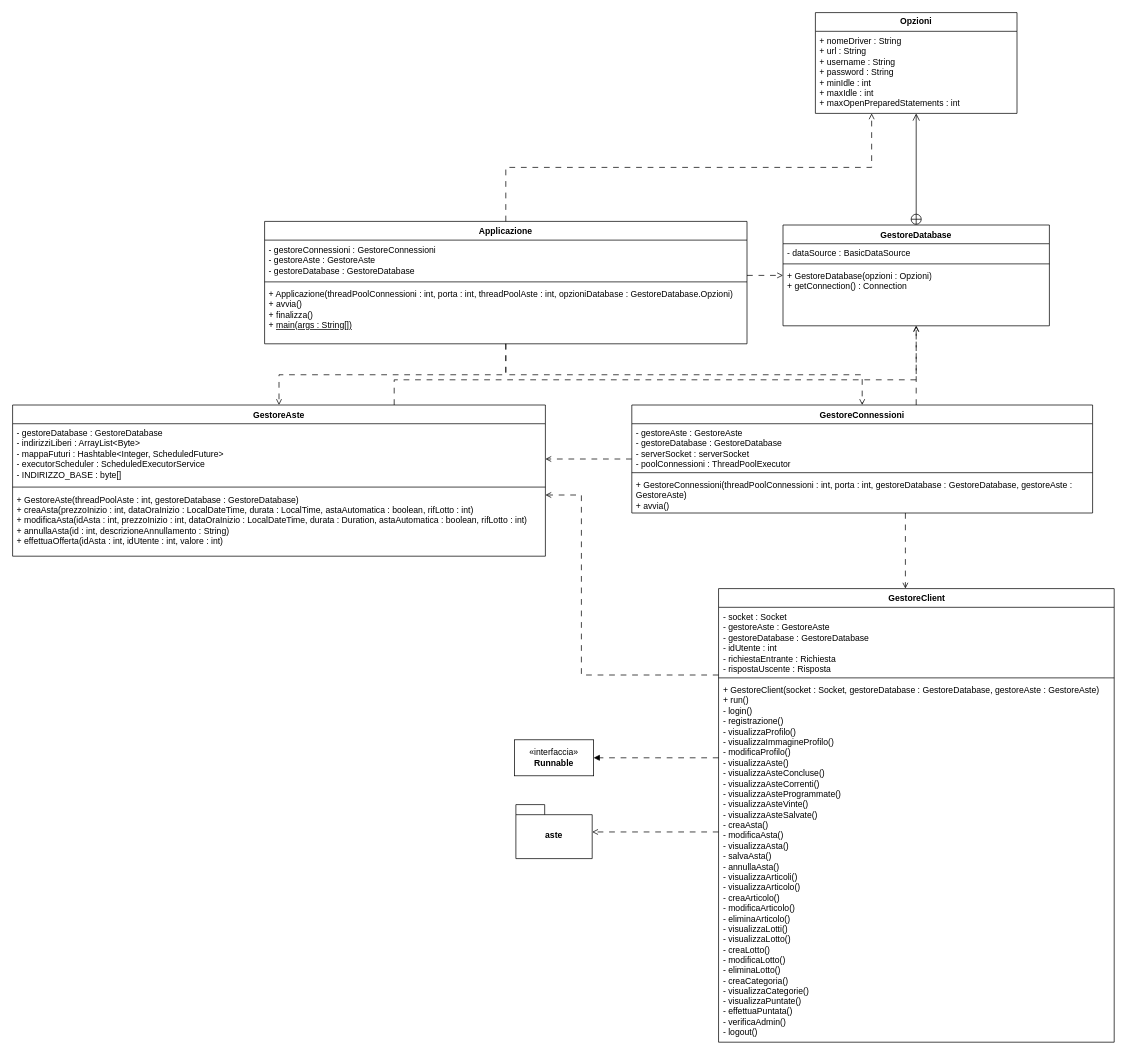
Earlier version of the draw.io diagram documenti/DC-Server.drawio (Chaos-Rat/GAO). Source tidied: cells renumbered, new cells numbered last; positions are measured from the earlier drawing's top-left corner, leaving out a move shared by most shapes. Both pictures are drawn from the tidied source at 72%, with x=0, y=0 at pixel (12, 12).
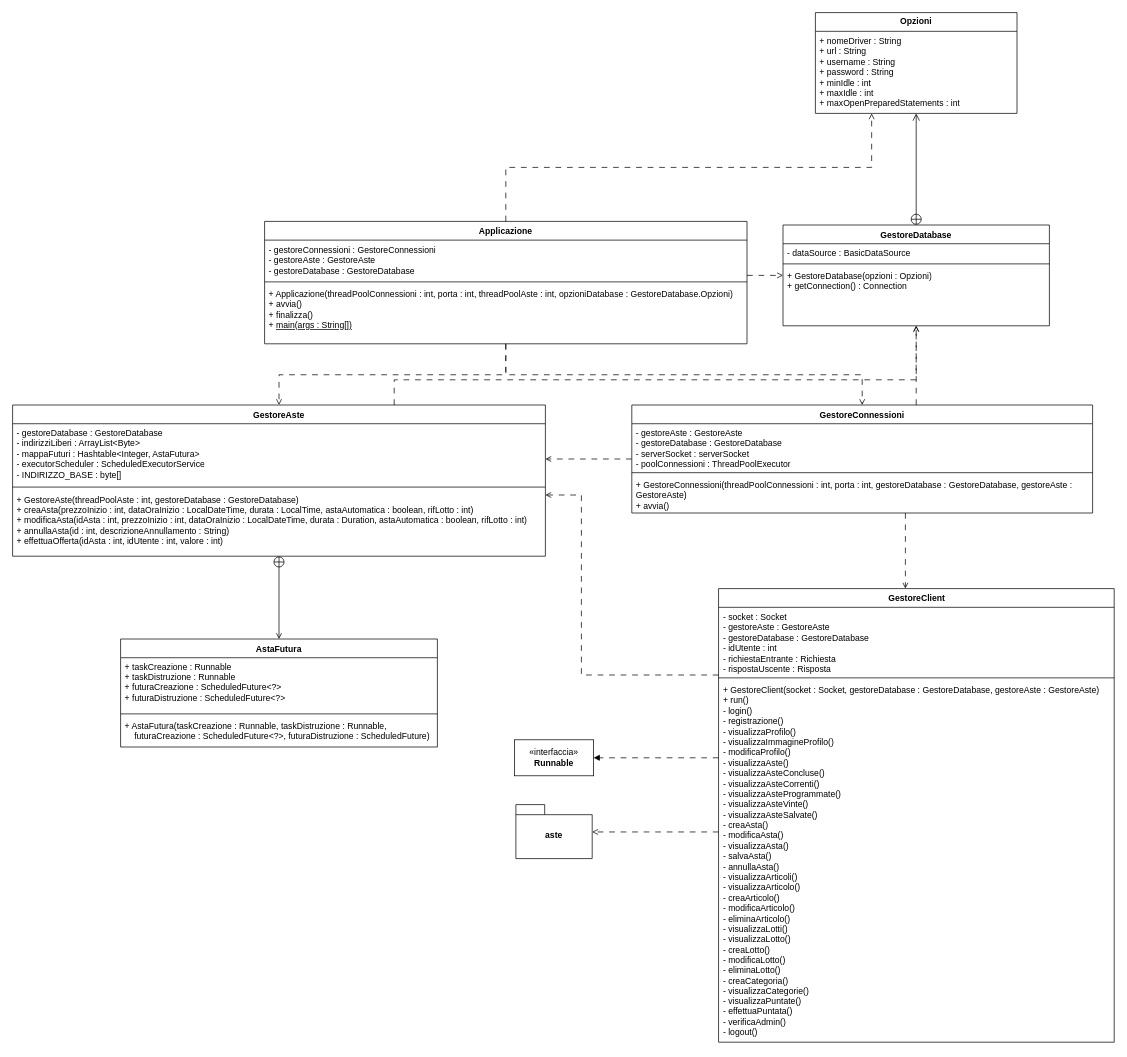
The same diagram, later.

Commit message (it also covers changes not shown here):
Aggiornato DC-Server, fix minori

Aggiornate le classi nel diagramma delle classi del package server, per farle riflettere la realtà.

The change refers to these unchanged cells:
```xml
<mxCell id="23" value="GestoreAste" style="swimlane;fontStyle=1;align=center;verticalAlign=top;horizontal=1;startSize=26;whiteSpace=wrap;html=1;" parent="1" vertex="1">
  <mxGeometry y="545" width="740" height="210" as="geometry" />
</mxCell>
```

Change to the diagram source:
```diff
@@
-    <mxCell id="24" value="&lt;div&gt;- gestoreDatabase : GestoreDatabase&lt;/div&gt;&lt;div&gt;- indirizziLiberi : ArrayList&amp;lt;Byte&amp;gt;&lt;/div&gt;&lt;div&gt;- mappaFuturi : Hashtable&amp;lt;Integer, ScheduledFuture&amp;gt;&lt;/div&gt;&lt;div&gt;- executorScheduler : ScheduledExecutorService&lt;/div&gt;&lt;div&gt;- INDIRIZZO_BASE : byte[]&lt;/div&gt;" style="text;strokeColor=none;fillColor=none;align=left;verticalAlign=top;spacingLeft=4;spacingRight=4;overflow=hidden;whiteSpace=wrap;html=1;" parent="23" vertex="1">
+    <mxCell id="24" value="&lt;div&gt;- gestoreDatabase : GestoreDatabase&lt;/div&gt;&lt;div&gt;- indirizziLiberi : ArrayList&amp;lt;Byte&amp;gt;&lt;/div&gt;&lt;div&gt;- mappaFuturi : Hashtable&amp;lt;Integer, AstaFutura&amp;gt;&lt;/div&gt;&lt;div&gt;- executorScheduler : ScheduledExecutorService&lt;/div&gt;&lt;div&gt;- INDIRIZZO_BASE : byte[]&lt;/div&gt;" style="text;strokeColor=none;fillColor=none;align=left;verticalAlign=top;spacingLeft=4;spacingRight=4;overflow=hidden;whiteSpace=wrap;html=1;" parent="23" vertex="1">
       <mxGeometry y="26" width="740" height="84" as="geometry" />
     </mxCell>
@@
+    <mxCell id="38" style="edgeStyle=none;html=1;endArrow=circlePlus;endFill=0;startArrow=open;startFill=0;" parent="1" edge="1" source="39" target="23">
+      <mxGeometry relative="1" as="geometry" />
+    </mxCell>
+    <mxCell id="39" value="AstaFutura" style="swimlane;fontStyle=1;align=center;verticalAlign=top;horizontal=1;startSize=26;" parent="1" vertex="1">
+      <mxGeometry x="150" y="870" width="440" height="150" as="geometry" />
+    </mxCell>
+    <mxCell id="40" value="+ taskCreazione : Runnable&#10;+ taskDistruzione : Runnable&#10;+ futuraCreazione : ScheduledFuture&lt;?&gt;&#10;+ futuraDistruzione : ScheduledFuture&lt;?&gt;" style="text;strokeColor=none;fillColor=none;align=left;verticalAlign=top;spacingLeft=4;spacingRight=4;overflow=hidden;" parent="39" vertex="1">
+      <mxGeometry y="26" width="440" height="74" as="geometry" />
+    </mxCell>
+    <mxCell id="41" style="line;strokeWidth=1;fillColor=none;align=left;verticalAlign=middle;spacingTop=-1;spacingLeft=3;spacingRight=3;labelPosition=right;strokeColor=inherit;" parent="39" vertex="1">
+      <mxGeometry y="100" width="440" height="8" as="geometry" />
+    </mxCell>
+    <mxCell id="42" value="+ AstaFutura(taskCreazione : Runnable, taskDistruzione : Runnable,&#10;    futuraCreazione : ScheduledFuture&lt;?&gt;, futuraDistruzione : ScheduledFuture)" style="text;strokeColor=none;fillColor=none;align=left;verticalAlign=top;spacingLeft=4;spacingRight=4;overflow=hidden;" parent="39" vertex="1">
+      <mxGeometry y="108" width="440" height="42" as="geometry" />
+    </mxCell>
```
